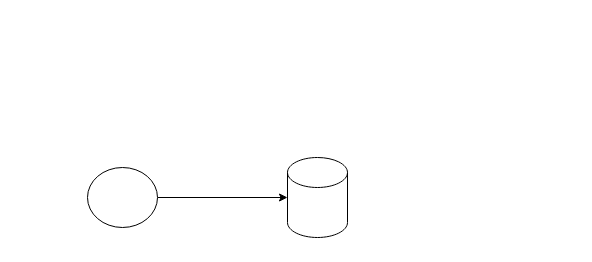
This is page "Page-1" (1 of 2) of pkgg/Untitled Diagram.drawio from metashops/GoFamily, a draw.io file, before an edit. Source tidied: cells renumbered, new cells numbered last; positions are measured from the earlier drawing's top-left corner, leaving out a move shared by most shapes. Both pictures are drawn from the tidied source at 100%, with x=0, y=0 at pixel (87, 157).
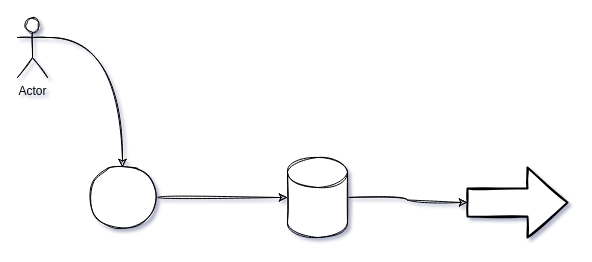
Above is the later version.

Change to the diagram source:
```diff
@@
-<mxGraphModel>
+<mxGraphModel shadow="1">
   <root>
     <mxCell id="0" />
     <mxCell id="1" parent="0" />
-    <mxCell id="2" style="edgeStyle=orthogonalEdgeStyle;rounded=0;jettySize=auto;html=1;exitX=1;exitY=0.5;exitDx=0;exitDy=0;entryX=0;entryY=0.5;entryDx=0;entryDy=0;entryPerimeter=0;" parent="1" edge="1" source="3" target="4">
+    <mxCell id="2" style="edgeStyle=orthogonalEdgeStyle;jettySize=auto;html=1;exitX=1;exitY=0.5;exitDx=0;exitDy=0;entryX=0;entryY=0.5;entryDx=0;entryDy=0;entryPerimeter=0;sketch=1;rounded=0;curved=1;" parent="1" edge="1" source="3" target="4">
       <mxGeometry relative="1" as="geometry" />
     </mxCell>
-    <mxCell id="3" style="ellipse;whiteSpace=wrap;html=1;" parent="1" vertex="1">
+    <mxCell id="3" style="ellipse;whiteSpace=wrap;html=1;sketch=1;rounded=0;" parent="1" vertex="1">
       <mxGeometry y="10" width="70" height="60" as="geometry" />
     </mxCell>
+    <mxCell id="5" style="edgeStyle=orthogonalEdgeStyle;curved=1;sketch=1;jettySize=auto;html=1;exitX=1;exitY=0.5;exitDx=0;exitDy=0;exitPerimeter=0;entryX=0;entryY=0.5;entryDx=0;entryDy=0;entryPerimeter=0;" parent="1" edge="1" source="4" target="6">
+      <mxGeometry relative="1" as="geometry" />
+    </mxCell>
-    <mxCell id="4" style="shape=cylinder3;whiteSpace=wrap;html=1;boundedLbl=1;backgroundOutline=1;size=15;" parent="1" vertex="1">
+    <mxCell id="4" style="shape=cylinder3;whiteSpace=wrap;html=1;boundedLbl=1;backgroundOutline=1;size=15;sketch=1;rounded=0;" parent="1" vertex="1">
       <mxGeometry x="200" width="60" height="80" as="geometry" />
     </mxCell>
+    <mxCell id="6" style="verticalLabelPosition=bottom;verticalAlign=top;html=1;strokeWidth=2;shape=mxgraph.arrows2.arrow;dy=0.6;dx=40;notch=0;rounded=0;sketch=1;" parent="1" vertex="1">
+      <mxGeometry x="380" y="10" width="100" height="70" as="geometry" />
+    </mxCell>
+    <mxCell id="7" style="edgeStyle=orthogonalEdgeStyle;curved=1;sketch=1;jettySize=auto;html=1;exitX=1;exitY=0.3333333333333333;exitDx=0;exitDy=0;exitPerimeter=0;" parent="1" edge="1" source="8" target="3">
+      <mxGeometry relative="1" as="geometry" />
+    </mxCell>
+    <mxCell id="8" value="Actor" style="shape=umlActor;verticalLabelPosition=bottom;verticalAlign=top;html=1;outlineConnect=0;sketch=1;" parent="1" vertex="1">
+      <mxGeometry x="-70" y="-140" width="30" height="60" as="geometry" />
+    </mxCell>
   </root>
 </mxGraphModel>
```
